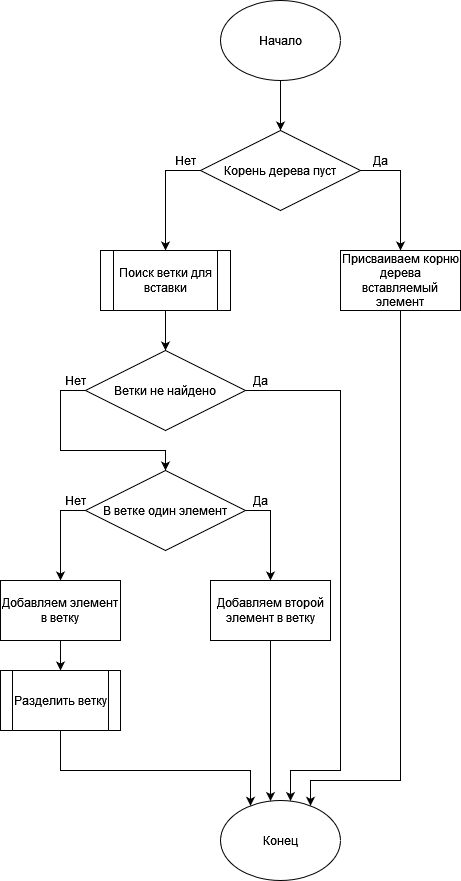
Before: Diograms/Insert.png, a diagram exported from draw.io (GREBIAR-Git/2-3Tree). Source tidied: cells renumbered, new cells last; positions are measured from the earlier drawing's top-left corner, leaving out a move shared by most shapes.
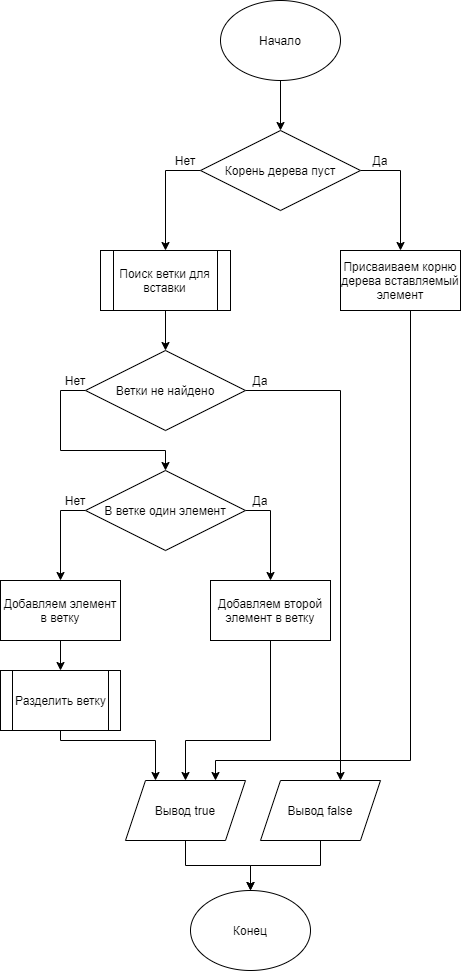
After the change.

What changed in the source:
```diff
@@ -8,14 +8,14 @@
     <mxCell id="3" value="Начало" style="ellipse;whiteSpace=wrap;html=1;" parent="1" vertex="1">
       <mxGeometry x="220" width="120" height="80" as="geometry" />
     </mxCell>
-    <mxCell id="4" style="edgeStyle=orthogonalEdgeStyle;rounded=0;jettySize=auto;html=1;" parent="1" edge="1" source="5" target="23">
-      <mxGeometry relative="1" as="geometry">
-        <Array as="points">
-          <mxPoint x="400" y="780" />
-          <mxPoint x="310" y="780" />
-        </Array>
-      </mxGeometry>
-    </mxCell>
+    <mxCell id="30" style="edgeStyle=orthogonalEdgeStyle;rounded=0;jettySize=auto;html=1;entryX=0.75;entryY=0;entryDx=0;entryDy=0;" parent="1" edge="1" source="5" target="41">
+      <mxGeometry relative="1" as="geometry">
+        <Array as="points">
+          <mxPoint x="410" y="760" />
+          <mxPoint x="215" y="760" />
+        </Array>
+      </mxGeometry>
+    </mxCell>
     <mxCell id="5" value="&lt;div&gt;Присваиваем корню дерева вставляемый элемент&lt;/div&gt;" style="rounded=0;whiteSpace=wrap;html=1;" parent="1" vertex="1">
       <mxGeometry x="340" y="250" width="120" height="60" as="geometry" />
     </mxCell>
@@ -51,15 +51,13 @@
         </Array>
       </mxGeometry>
     </mxCell>
-    <mxCell id="12" style="edgeStyle=orthogonalEdgeStyle;rounded=0;jettySize=auto;html=1;" parent="1" edge="1" source="13" target="23">
-      <mxGeometry relative="1" as="geometry">
-        <Array as="points">
-          <mxPoint x="340" y="390" />
-          <mxPoint x="340" y="770" />
-          <mxPoint x="290" y="770" />
-        </Array>
-      </mxGeometry>
-    </mxCell>
+    <mxCell id="31" style="edgeStyle=orthogonalEdgeStyle;rounded=0;jettySize=auto;html=1;" parent="1" edge="1" source="13" target="43">
+      <mxGeometry relative="1" as="geometry">
+        <Array as="points">
+          <mxPoint x="340" y="390" />
+        </Array>
+      </mxGeometry>
+    </mxCell>
     <mxCell id="13" value="Ветки не найдено" style="rhombus;whiteSpace=wrap;html=1;" parent="1" vertex="1">
       <mxGeometry x="85" y="350" width="160" height="80" as="geometry" />
     </mxCell>
@@ -86,48 +84,60 @@
     <mxCell id="18" value="Добавляем элемент в ветку" style="rounded=0;whiteSpace=wrap;html=1;" parent="1" vertex="1">
       <mxGeometry y="580" width="120" height="60" as="geometry" />
     </mxCell>
-    <mxCell id="19" style="edgeStyle=orthogonalEdgeStyle;rounded=0;jettySize=auto;html=1;" parent="1" edge="1" source="20" target="23">
-      <mxGeometry relative="1" as="geometry">
-        <Array as="points">
-          <mxPoint x="60" y="770" />
-          <mxPoint x="250" y="770" />
-        </Array>
-      </mxGeometry>
-    </mxCell>
+    <mxCell id="32" style="edgeStyle=orthogonalEdgeStyle;rounded=0;jettySize=auto;html=1;entryX=0.25;entryY=0;entryDx=0;entryDy=0;" parent="1" edge="1" source="20" target="41">
+      <mxGeometry relative="1" as="geometry">
+        <Array as="points">
+          <mxPoint x="60" y="740" />
+          <mxPoint x="155" y="740" />
+        </Array>
+      </mxGeometry>
+    </mxCell>
     <mxCell id="20" value="Разделить ветку" style="shape=process;whiteSpace=wrap;html=1;backgroundOutline=1;" parent="1" vertex="1">
       <mxGeometry y="670" width="120" height="60" as="geometry" />
     </mxCell>
-    <mxCell id="21" style="edgeStyle=orthogonalEdgeStyle;rounded=0;jettySize=auto;html=1;" parent="1" edge="1" source="22" target="23">
-      <mxGeometry relative="1" as="geometry">
-        <Array as="points">
-          <mxPoint x="270" y="790" />
-          <mxPoint x="270" y="790" />
-        </Array>
-      </mxGeometry>
-    </mxCell>
+    <mxCell id="33" style="edgeStyle=orthogonalEdgeStyle;rounded=0;jettySize=auto;html=1;" parent="1" edge="1" source="22" target="41">
+      <mxGeometry relative="1" as="geometry">
+        <Array as="points">
+          <mxPoint x="270" y="740" />
+          <mxPoint x="185" y="740" />
+        </Array>
+      </mxGeometry>
+    </mxCell>
     <mxCell id="22" value="Добавляем второй элемент в ветку" style="rounded=0;whiteSpace=wrap;html=1;" parent="1" vertex="1">
       <mxGeometry x="210" y="580" width="120" height="60" as="geometry" />
     </mxCell>
     <mxCell id="23" value="Конец" style="ellipse;whiteSpace=wrap;html=1;" parent="1" vertex="1">
-      <mxGeometry x="220" y="800" width="120" height="80" as="geometry" />
+      <mxGeometry x="190" y="890" width="120" height="80" as="geometry" />
     </mxCell>
-    <mxCell id="24" value="Нет" style="text;html=1;strokeColor=none;fillColor=none;align=center;verticalAlign=middle;whiteSpace=wrap;rounded=0;" parent="1" vertex="1">
-      <mxGeometry x="160" y="150" width="50" height="20" as="geometry" />
-    </mxCell>
-    <mxCell id="25" value="Да" style="text;html=1;strokeColor=none;fillColor=none;align=center;verticalAlign=middle;whiteSpace=wrap;rounded=0;" parent="1" vertex="1">
-      <mxGeometry x="360" y="150" width="40" height="20" as="geometry" />
-    </mxCell>
-    <mxCell id="26" value="Да" style="text;html=1;strokeColor=none;fillColor=none;align=center;verticalAlign=middle;whiteSpace=wrap;rounded=0;" parent="1" vertex="1">
-      <mxGeometry x="240" y="370" width="40" height="20" as="geometry" />
-    </mxCell>
-    <mxCell id="27" value="Да" style="text;html=1;strokeColor=none;fillColor=none;align=center;verticalAlign=middle;whiteSpace=wrap;rounded=0;" parent="1" vertex="1">
-      <mxGeometry x="240" y="490" width="40" height="20" as="geometry" />
-    </mxCell>
-    <mxCell id="28" value="Нет" style="text;html=1;strokeColor=none;fillColor=none;align=center;verticalAlign=middle;whiteSpace=wrap;rounded=0;" parent="1" vertex="1">
-      <mxGeometry x="50" y="370" width="50" height="20" as="geometry" />
-    </mxCell>
-    <mxCell id="29" value="Нет" style="text;html=1;strokeColor=none;fillColor=none;align=center;verticalAlign=middle;whiteSpace=wrap;rounded=0;" parent="1" vertex="1">
-      <mxGeometry x="50" y="490" width="50" height="20" as="geometry" />
-    </mxCell>
+    <mxCell id="34" value="Нет" style="text;html=1;strokeColor=none;fillColor=none;align=center;verticalAlign=middle;whiteSpace=wrap;rounded=0;" parent="1" vertex="1">
+      <mxGeometry x="160" y="150" width="50" height="20" as="geometry" />
+    </mxCell>
+    <mxCell id="35" value="Да" style="text;html=1;strokeColor=none;fillColor=none;align=center;verticalAlign=middle;whiteSpace=wrap;rounded=0;" parent="1" vertex="1">
+      <mxGeometry x="360" y="150" width="40" height="20" as="geometry" />
+    </mxCell>
+    <mxCell id="36" value="Да" style="text;html=1;strokeColor=none;fillColor=none;align=center;verticalAlign=middle;whiteSpace=wrap;rounded=0;" parent="1" vertex="1">
+      <mxGeometry x="240" y="370" width="40" height="20" as="geometry" />
+    </mxCell>
+    <mxCell id="37" value="Да" style="text;html=1;strokeColor=none;fillColor=none;align=center;verticalAlign=middle;whiteSpace=wrap;rounded=0;" parent="1" vertex="1">
+      <mxGeometry x="240" y="490" width="40" height="20" as="geometry" />
+    </mxCell>
+    <mxCell id="38" value="Нет" style="text;html=1;strokeColor=none;fillColor=none;align=center;verticalAlign=middle;whiteSpace=wrap;rounded=0;" parent="1" vertex="1">
+      <mxGeometry x="50" y="370" width="50" height="20" as="geometry" />
+    </mxCell>
+    <mxCell id="39" value="Нет" style="text;html=1;strokeColor=none;fillColor=none;align=center;verticalAlign=middle;whiteSpace=wrap;rounded=0;" parent="1" vertex="1">
+      <mxGeometry x="50" y="490" width="50" height="20" as="geometry" />
+    </mxCell>
+    <mxCell id="40" style="edgeStyle=orthogonalEdgeStyle;rounded=0;jettySize=auto;html=1;" parent="1" edge="1" source="41" target="23">
+      <mxGeometry relative="1" as="geometry" />
+    </mxCell>
+    <mxCell id="41" value="Вывод true" style="shape=parallelogram;perimeter=parallelogramPerimeter;whiteSpace=wrap;html=1;fixedSize=1;" parent="1" vertex="1">
+      <mxGeometry x="125" y="780" width="120" height="60" as="geometry" />
+    </mxCell>
+    <mxCell id="42" style="edgeStyle=orthogonalEdgeStyle;rounded=0;jettySize=auto;html=1;" parent="1" edge="1" source="43" target="23">
+      <mxGeometry relative="1" as="geometry" />
+    </mxCell>
+    <mxCell id="43" value="Вывод false" style="shape=parallelogram;perimeter=parallelogramPerimeter;whiteSpace=wrap;html=1;fixedSize=1;" parent="1" vertex="1">
+      <mxGeometry x="260" y="780" width="120" height="60" as="geometry" />
+    </mxCell>
   </root>
 </mxGraphModel>
```
